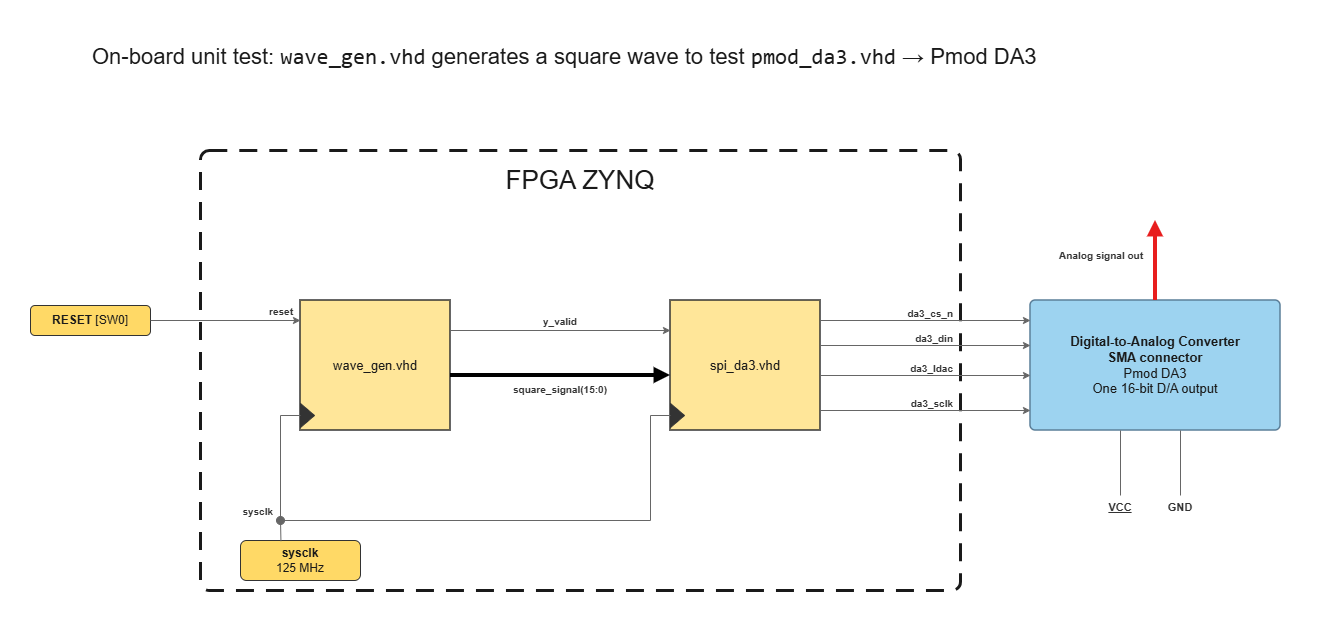
Above: docs/img/DA3_unit_test_wave_gen.png in MarcG-Digital-Design/fpga-signal-processing (draw.io), before the change. Source tidied: cells renumbered, new cells last; positions are measured from the earlier drawing's top-left corner, leaving out a move shared by most shapes.
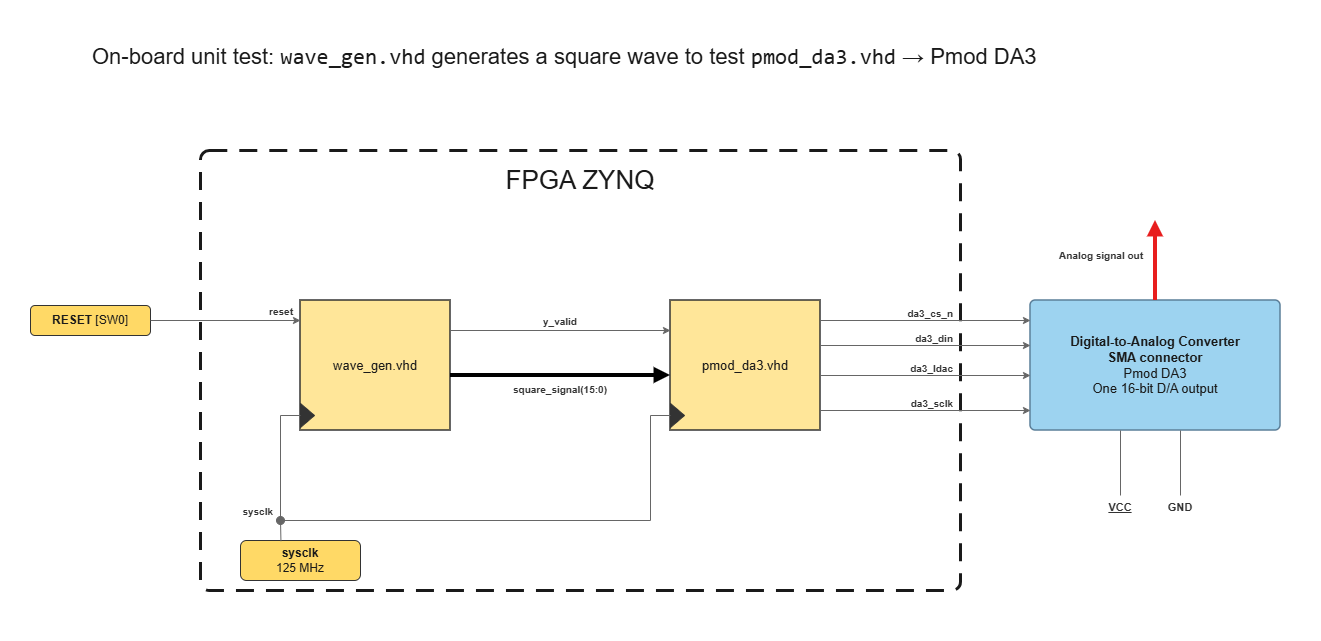
After the commit.

Change to the diagram source:
```diff
@@ -20,7 +20,7 @@
     <mxCell id="7" style="triangle;whiteSpace=wrap;html=1;fillColor=#333333;strokeColor=#333333;direction=east;" parent="1" vertex="1">
       <mxGeometry x="300" y="403" width="14" height="24" as="geometry" />
     </mxCell>
-    <mxCell id="8" value="spi_da3.vhd" style="rounded=0;whiteSpace=wrap;html=1;fillColor=#FFE699;strokeColor=#333333;strokeWidth=1.5;fontSize=13;fontColor=#1A1A1A;" parent="1" vertex="1">
+    <mxCell id="8" value="pmod_da3.vhd" style="rounded=0;whiteSpace=wrap;html=1;fillColor=#FFE699;strokeColor=#333333;strokeWidth=1.5;fontSize=13;fontColor=#1A1A1A;" parent="1" vertex="1">
       <mxGeometry x="670" y="300" width="150" height="130" as="geometry" />
     </mxCell>
     <mxCell id="9" style="triangle;whiteSpace=wrap;html=1;fillColor=#333333;strokeColor=#333333;direction=east;" parent="1" vertex="1">
```
